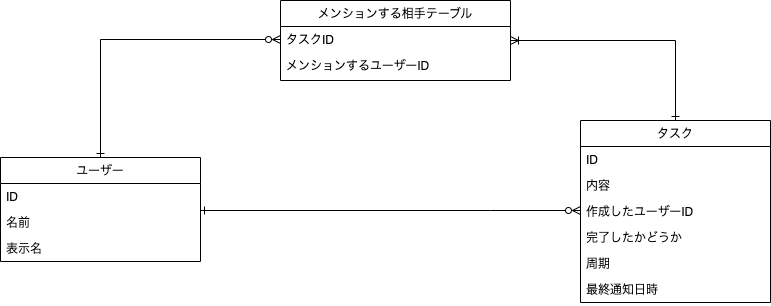
The draw.io diagram db/db-modeling-4/DB4 Diagram.drawio.png in yuikoito/PrAhaChallenge, before a commit. Source tidied: cells renumbered, new cells last; positions are measured from the earlier drawing's top-left corner, leaving out a move shared by most shapes.
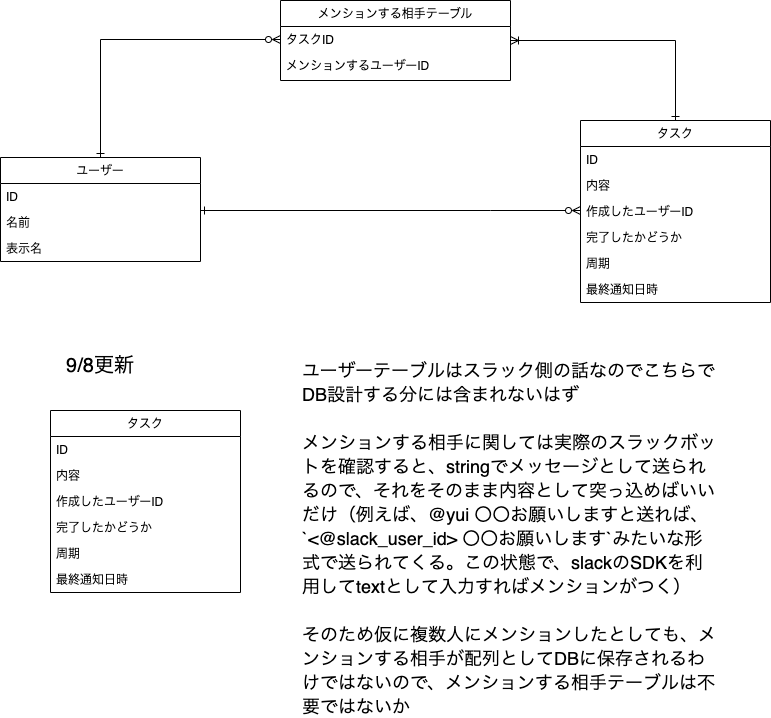
After the commit.

Diff of the diagram source:
```diff
@@ -58,5 +58,32 @@
     <mxCell id="18" value="メンションするユーザーID" style="text;align=left;verticalAlign=top;spacingLeft=4;spacingRight=4;overflow=hidden;rounded=0;shadow=0;html=0;" parent="16" vertex="1">
       <mxGeometry y="52" width="230" height="26" as="geometry" />
     </mxCell>
+    <mxCell id="19" value="&lt;font style=&quot;font-size: 20px;&quot;&gt;9/8更新&lt;/font&gt;" style="text;html=1;strokeColor=none;fillColor=none;align=center;verticalAlign=middle;whiteSpace=wrap;rounded=0;" parent="1" vertex="1">
+      <mxGeometry x="30" y="350" width="140" height="30" as="geometry" />
+    </mxCell>
+    <mxCell id="20" value="タスク" style="swimlane;fontStyle=0;align=center;verticalAlign=top;horizontal=1;startSize=26;rounded=0;shadow=0;strokeWidth=1;" parent="1" vertex="1">
+      <mxGeometry x="50" y="410" width="190" height="182" as="geometry" />
+    </mxCell>
+    <mxCell id="21" value="ID" style="text;align=left;verticalAlign=top;spacingLeft=4;spacingRight=4;overflow=hidden;" parent="20" vertex="1">
+      <mxGeometry y="26" width="190" height="26" as="geometry" />
+    </mxCell>
+    <mxCell id="22" value="内容" style="text;align=left;verticalAlign=top;spacingLeft=4;spacingRight=4;overflow=hidden;" parent="20" vertex="1">
+      <mxGeometry y="52" width="190" height="26" as="geometry" />
+    </mxCell>
+    <mxCell id="23" value="作成したユーザーID" style="text;align=left;verticalAlign=top;spacingLeft=4;spacingRight=4;overflow=hidden;" parent="20" vertex="1">
+      <mxGeometry y="78" width="190" height="26" as="geometry" />
+    </mxCell>
+    <mxCell id="24" value="完了したかどうか" style="text;align=left;verticalAlign=top;spacingLeft=4;spacingRight=4;overflow=hidden;" parent="20" vertex="1">
+      <mxGeometry y="104" width="190" height="26" as="geometry" />
+    </mxCell>
+    <mxCell id="25" value="周期" style="text;align=left;verticalAlign=top;spacingLeft=4;spacingRight=4;overflow=hidden;" parent="20" vertex="1">
+      <mxGeometry y="130" width="190" height="26" as="geometry" />
+    </mxCell>
+    <mxCell id="26" value="最終通知日時" style="text;align=left;verticalAlign=top;spacingLeft=4;spacingRight=4;overflow=hidden;" parent="20" vertex="1">
+      <mxGeometry y="156" width="190" height="26" as="geometry" />
+    </mxCell>
+    <mxCell id="27" value="&lt;font style=&quot;font-size: 18px;&quot;&gt;ユーザーテーブルはスラック側の話なのでこちらでDB設計する分には含まれないはず&lt;br&gt;&lt;br&gt;メンションする相手に関しては実際のスラックボットを確認すると、stringでメッセージとして送られるので、それをそのまま内容として突っ込めばいいだけ（例えば、@yui 〇〇お願いしますと送れば、`&amp;lt;@slack_user_id&amp;gt; 〇〇お願いします`みたいな形式で送られてくる。この状態で、slackのSDKを利用してtextとして入力すればメンションがつく）&lt;br&gt;&lt;br&gt;そのため仮に複数人にメンションしたとしても、メンションする相手が配列としてDBに保存されるわけではないので、メンションする相手テーブルは不要ではないか&lt;br&gt;&lt;/font&gt;" style="text;html=1;strokeColor=none;fillColor=none;align=left;verticalAlign=middle;whiteSpace=wrap;rounded=0;fontSize=20;" parent="1" vertex="1">
+      <mxGeometry x="300" y="370" width="420" height="335" as="geometry" />
+    </mxCell>
   </root>
 </mxGraphModel>
```
